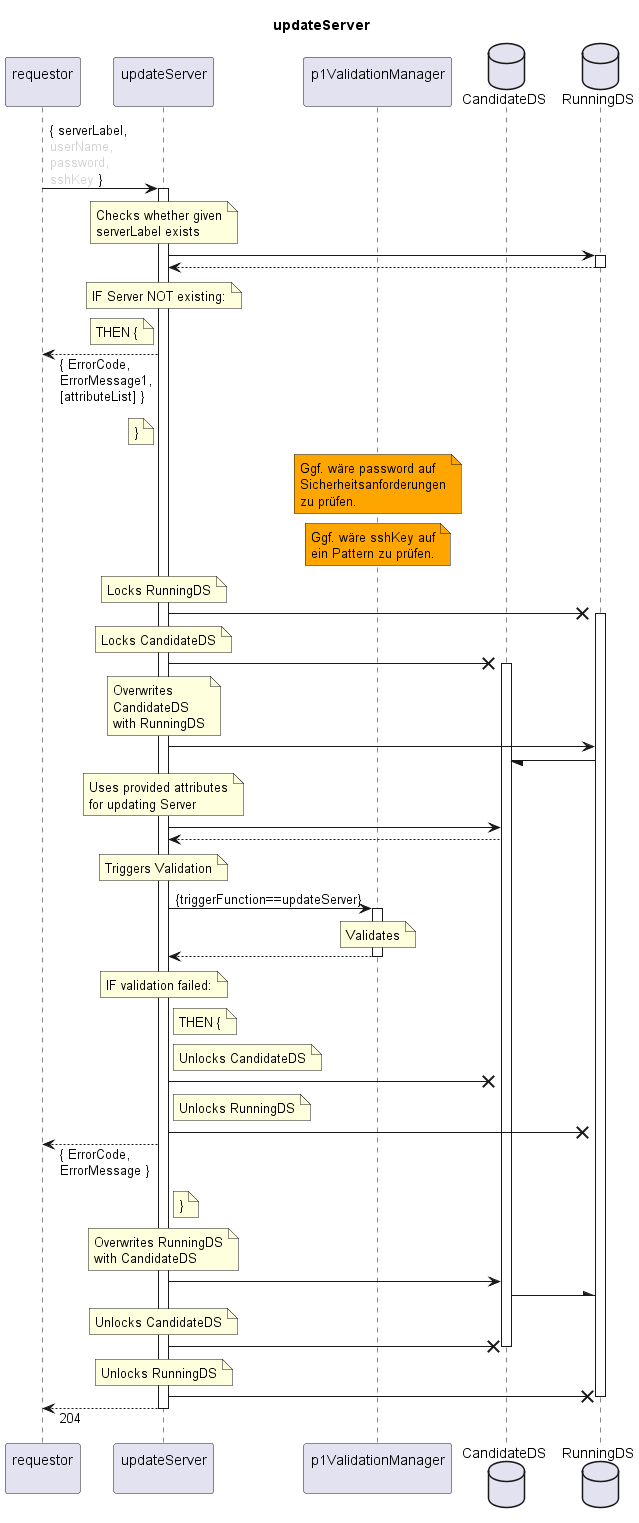
Before: spec/Services/updateServer/1.0.0/updateServer.png, a diagram exported from PlantUML (openBackhaul/FirmWareManager).
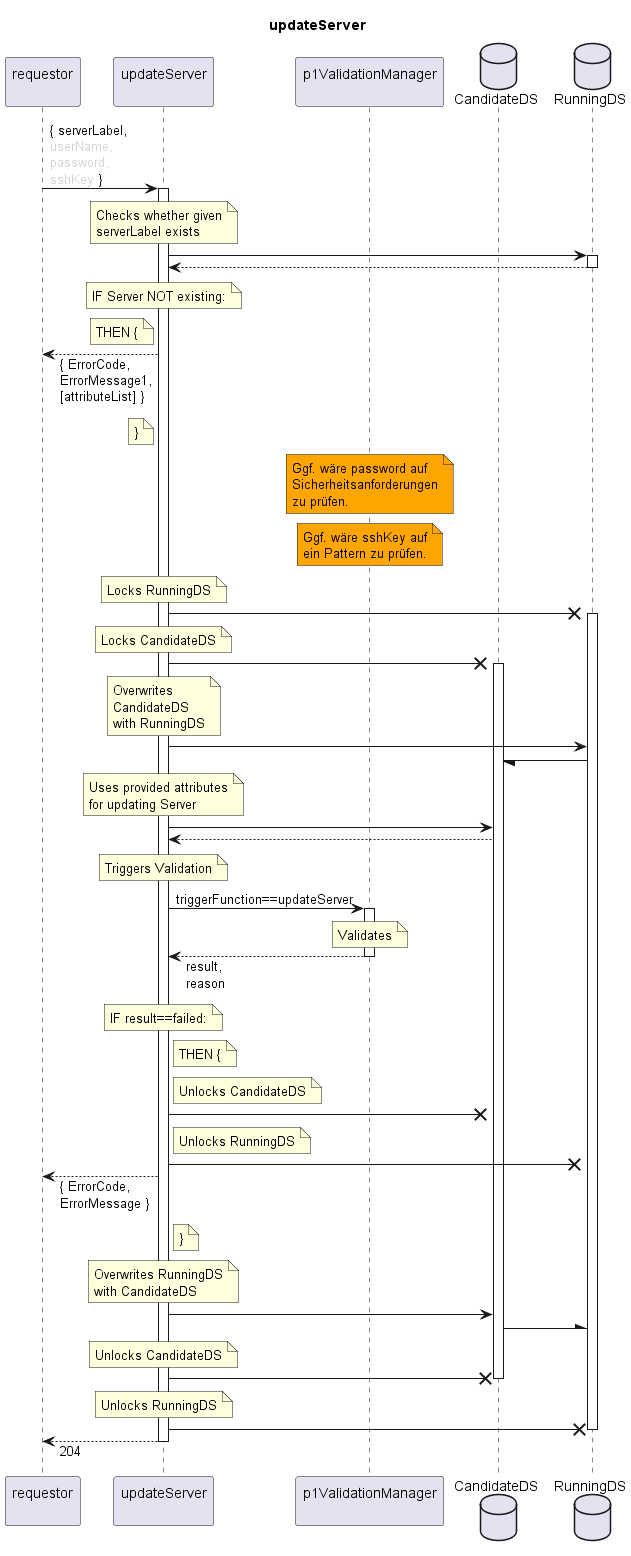
After the change.

What changed in the source:
```diff
@@ -72,15 +72,15 @@
   note over indServ
     Triggers Validation
   end note
-  indServ -> valiMan: {triggerFunction==updateServer}
+  indServ -> valiMan: triggerFunction==updateServer
   activate valiMan
     note over valiMan
       Validates
     end note
-  indServ <-- valiMan
+  indServ <-- valiMan: result,\nreason
   deactivate valiMan
   note over indServ
-    IF validation failed:
+    IF result==failed:
   end note
   note right indServ
     THEN {
```
